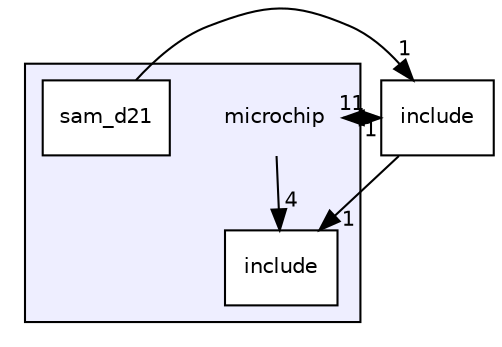
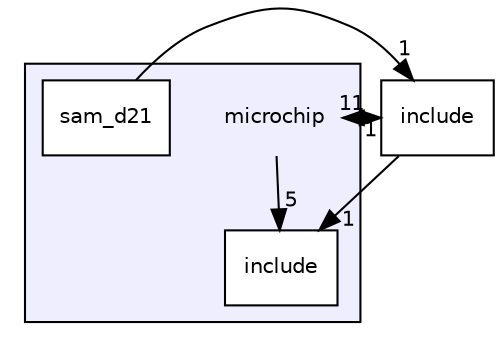
digraph "microchip" {
  compound=true
  node [ fontsize="10", fontname="Helvetica"];
  edge [ labelfontsize="10", labelfontname="Helvetica"];
  subgraph clusterdir_60864ceb768185ac6327ae001cbbf6bb {
    graph [ bgcolor="#eeeeff", pencolor="black", label="" URL="dir_60864ceb768185ac6327ae001cbbf6bb.html"];
    dir_60864ceb768185ac6327ae001cbbf6bb [shape=plaintext label="microchip"];
    dir_9e363f36f24bb47b41c92bb586f92876 [shape=box label="include" color="black" fillcolor="white" style="filled" URL="dir_9e363f36f24bb47b41c92bb586f92876.html"];
    dir_86de2fa927f02998ccd20e25e1a56489 [shape=box label="sam_d21" color="black" fillcolor="white" style="filled" URL="dir_86de2fa927f02998ccd20e25e1a56489.html"];
  }
  dir_d44c64559bbebec7f509842c48db8b23 [shape=box label="include" URL="dir_d44c64559bbebec7f509842c48db8b23.html"];
  dir_d44c64559bbebec7f509842c48db8b23->dir_9e363f36f24bb47b41c92bb586f92876 [headlabel="1", labeldistance=1.5 headhref="dir_000002_000001.html"];
  dir_d44c64559bbebec7f509842c48db8b23->dir_60864ceb768185ac6327ae001cbbf6bb [headlabel="1", labeldistance=1.5 headhref="dir_000002_000000.html"];
-   dir_60864ceb768185ac6327ae001cbbf6bb->dir_9e363f36f24bb47b41c92bb586f92876 [headlabel="4", labeldistance=1.5 headhref="dir_000000_000001.html"];
+   dir_60864ceb768185ac6327ae001cbbf6bb->dir_9e363f36f24bb47b41c92bb586f92876 [headlabel="5", labeldistance=1.5 headhref="dir_000000_000001.html"];
  dir_60864ceb768185ac6327ae001cbbf6bb->dir_d44c64559bbebec7f509842c48db8b23 [headlabel="11", labeldistance=1.5 headhref="dir_000000_000002.html"];
  dir_86de2fa927f02998ccd20e25e1a56489->dir_d44c64559bbebec7f509842c48db8b23 [headlabel="1", labeldistance=1.5 headhref="dir_000003_000002.html"];
}
